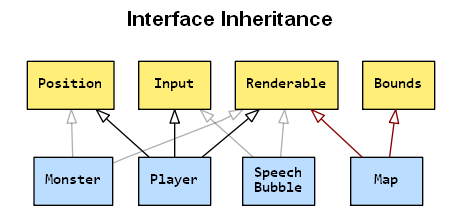
azriel91/ecs_paradigm keeps this Graphviz diagram as assets/images/game_oo_interface.dot.png. Above is the earlier version. Its source is kept beside it as assets/dot/game_oo_interface.dot. The source it was exported from:
```dot
digraph InterfaceInheritance {
    graph [
        fontname = "Arial",
        fontsize = 16,
        label = <<b>Interface Inheritance<br /></b>>,
        labelloc = top,
        bgcolor = "transparent",
        splines = "polyline",
    ];

    node [
        fillcolor = "#bbddff",
        fontname = "consolas",
        fontsize = 11,
        shape = box,
        style = filled,
    ];


    subgraph cluster_interfaces {
        pencolor = transparent;
        label = "";

        node [fillcolor = "#ffee77"];
        edge [style = "invis"];

        renderable [label = <<b>Renderable</b><br align="left"/>>];
        position [label = <<b>Position</b><br align="left"/>>];
        input [label = <<b>Input</b><br align="left"/>>];
        bounds [label = <<b>Bounds</b><br align="left"/>>];

    }

    player [label = <<b>Player</b><br align="left"/>>];
    monster [label = <<b>Monster</b><br align="left"/>>];
    speech_bubble [label = <<b>Speech<br />Bubble</b><br align="left"/>>];
    map [label = <<b>Map</b><br align="left"/>>];


    edge [dir = "back", arrowtail = "empty"];

    renderable -> player;
    position -> player;
    input -> player;

    subgraph GreyedOut {
        edge [color = "#0000004f"];

        renderable -> monster;
        position -> monster;

        renderable -> speech_bubble;
        input -> speech_bubble;
    }

    subgraph DarkRed {
        edge [color = "#880000"];

        renderable -> map;
        bounds -> map;
    }

}
```
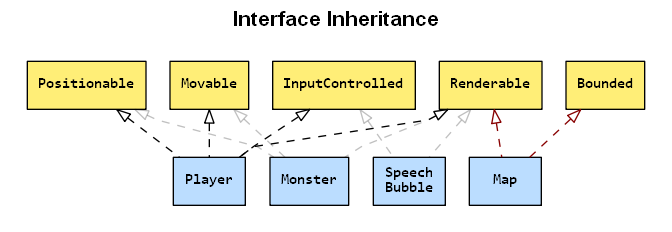
The same file after the commit.

Diff of the diagram source:
```diff
@@ -25,10 +25,10 @@
         edge [style = "invis"];
 
         renderable [label = <<b>Renderable</b><br align="left"/>>];
-        position [label = <<b>Position</b><br align="left"/>>];
-        input [label = <<b>Input</b><br align="left"/>>];
-        bounds [label = <<b>Bounds</b><br align="left"/>>];
-
+        position [label = <<b>Positionable</b><br align="left"/>>];
+        velocity [label = <<b>Movable</b><br align="left"/>>];
+        input [label = <<b>InputControlled</b><br align="left"/>>];
+        bounds [label = <<b>Bounded</b><br align="left"/>>];
     }
 
     player [label = <<b>Player</b><br align="left"/>>];
@@ -37,27 +37,35 @@
     map [label = <<b>Map</b><br align="left"/>>];
 
 
-    edge [dir = "back", arrowtail = "empty"];
+    edge [dir = "back", arrowtail = "empty", style = "dashed"];
 
     renderable -> player;
     position -> player;
+    velocity -> player;
     input -> player;
 
-    subgraph GreyedOut {
-        edge [color = "#0000004f"];
+    subgraph cluster_non_player {
+        label = "";
+        pencolor = "transparent";
 
-        renderable -> monster;
-        position -> monster;
+        subgraph GreyedOut {
+            edge [color = "#0000003f"];
 
-        renderable -> speech_bubble;
-        input -> speech_bubble;
+            renderable -> monster;
+            position -> monster;
+            velocity -> monster;
+
+            renderable -> speech_bubble;
+            input -> speech_bubble;
+        }
+
+        subgraph DarkRed {
+            edge [color = "#880000"];
+
+            renderable -> map;
+            bounds -> map;
+        }
     }
 
-    subgraph DarkRed {
-        edge [color = "#880000"];
-
-        renderable -> map;
-        bounds -> map;
-    }
 
 }
```
